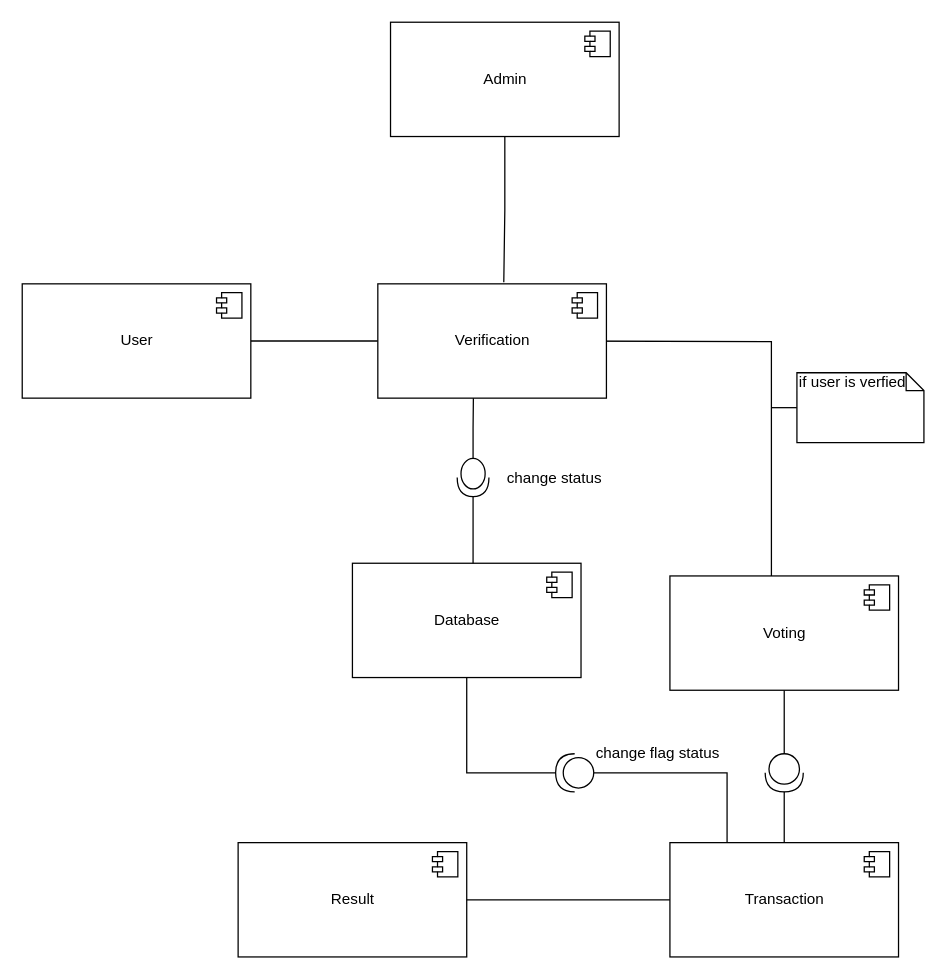
matic14/BLockVote-UML-Diagram keeps this draw.io diagram as Component Diagram.drawio. Above is the earlier version. Source tidied: cells renumbered, new cells numbered last; positions are measured from the earlier drawing's top-left corner, leaving out a move shared by most shapes. Both pictures are drawn from the tidied source at 127%, with x=0, y=0 at pixel (22, 22).
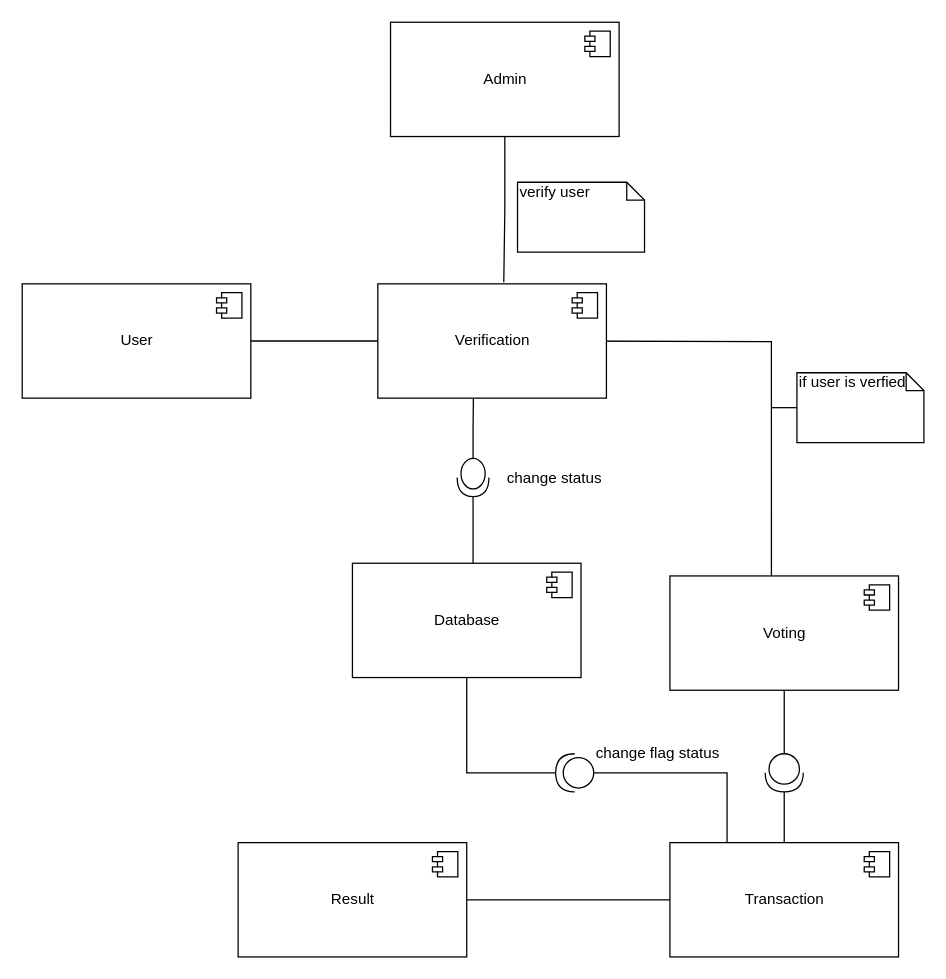
The same page after the edit.

The edit, as a diff of the source:
```diff
@@
+    <mxCell id="33" value="verify user" style="shape=note;whiteSpace=wrap;html=1;size=14;verticalAlign=top;align=left;spacingTop=-6;" parent="1" vertex="1">
+      <mxGeometry x="390" y="126" width="100" height="55" as="geometry" />
+    </mxCell>
```
